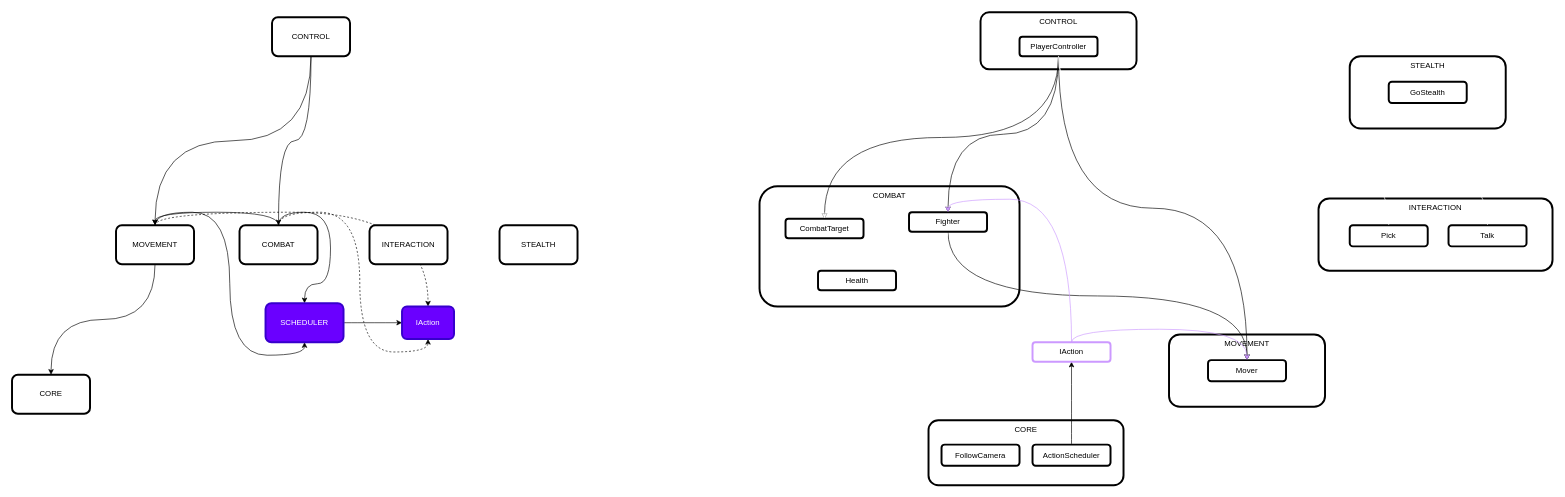
rafaelmmedeiros/Mount-Mortem-Mystery keeps this draw.io diagram as _Docs/Architecture.drawio. Above is the earlier version. Source tidied: cells renumbered, new cells numbered last; positions are measured from the earlier drawing's top-left corner, leaving out a move shared by most shapes. Both pictures are drawn from the tidied source at 65%, with x=0, y=0 at pixel (12, 12).
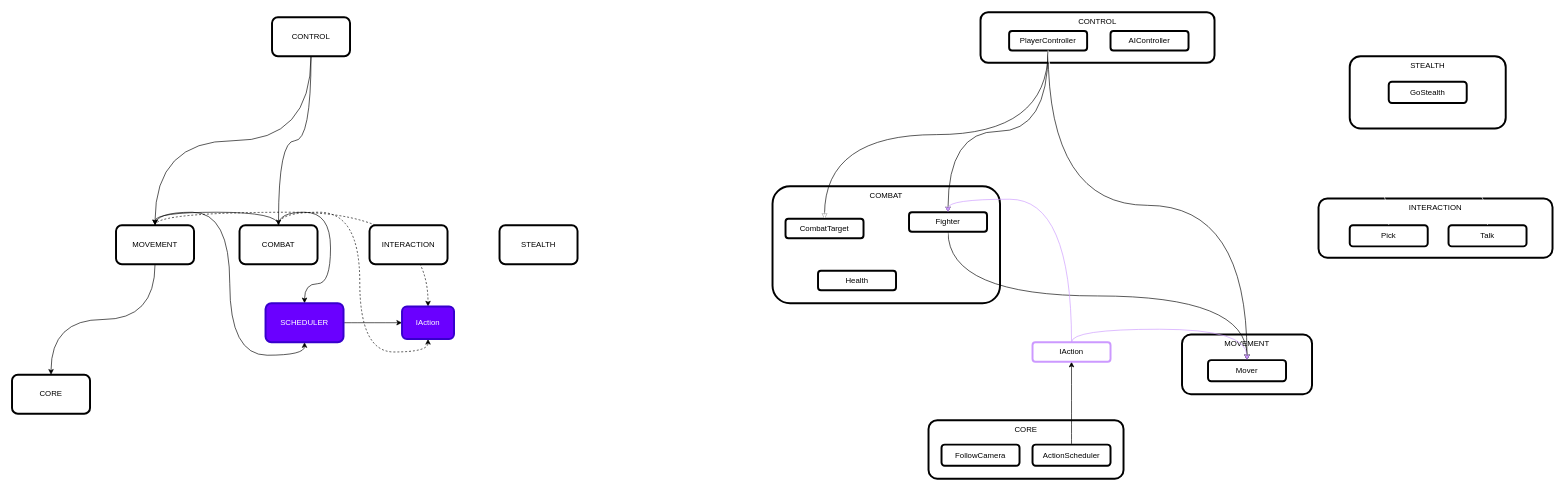
Above is the later version.

Commit message (it also covers changes not shown here):
AIController Detect Player

Change to the diagram source:
```diff
@@
     <mxCell id="19" value="CONTROL" style="rounded=1;whiteSpace=wrap;html=1;strokeWidth=3;align=center;labelPosition=center;verticalLabelPosition=middle;verticalAlign=top;" parent="1" vertex="1">
-      <mxGeometry x="1490" y="0.5" width="240" height="87.5" as="geometry" />
+      <mxGeometry x="1490" y="0.5" width="360" height="77.5" as="geometry" />
     </mxCell>
     <mxCell id="20" value="COMBAT" style="rounded=1;whiteSpace=wrap;html=1;strokeWidth=3;align=center;labelPosition=center;verticalLabelPosition=middle;verticalAlign=top;" parent="1" vertex="1">
-      <mxGeometry x="1150" y="268" width="400" height="185" as="geometry" />
+      <mxGeometry x="1170" y="268" width="350" height="180" as="geometry" />
     </mxCell>
     <mxCell id="21" value="MOVEMENT" style="rounded=1;whiteSpace=wrap;html=1;strokeWidth=3;align=center;labelPosition=center;verticalLabelPosition=middle;verticalAlign=top;" parent="1" vertex="1">
-      <mxGeometry x="1780" y="496.1" width="240" height="111.2" as="geometry" />
+      <mxGeometry x="1800" y="496.1" width="200" height="91.9" as="geometry" />
     </mxCell>
     <mxCell id="22" value="CORE" style="rounded=1;whiteSpace=wrap;html=1;strokeWidth=3;align=center;labelPosition=center;verticalLabelPosition=middle;verticalAlign=top;" parent="1" vertex="1">
-      <mxGeometry x="1410" y="628" width="300" height="100" as="geometry" />
+      <mxGeometry x="1410" y="628" width="300" height="90" as="geometry" />
     </mxCell>
@@
     <mxCell id="26" value="PlayerController" style="rounded=1;whiteSpace=wrap;html=1;strokeWidth=3;" parent="1" vertex="1">
-      <mxGeometry x="1550" y="38" width="120" height="30" as="geometry" />
+      <mxGeometry x="1534" y="29.2" width="120" height="30" as="geometry" />
     </mxCell>
@@
     <mxCell id="41" value="INTERACTION" style="rounded=1;whiteSpace=wrap;html=1;strokeWidth=3;align=center;labelPosition=center;verticalLabelPosition=middle;verticalAlign=top;" parent="1" vertex="1">
-      <mxGeometry x="2010" y="286.8" width="360" height="111.2" as="geometry" />
+      <mxGeometry x="2010" y="286.8" width="360" height="91.2" as="geometry" />
     </mxCell>
@@
+    <mxCell id="47" value="AIController" style="rounded=1;whiteSpace=wrap;html=1;strokeWidth=3;" parent="1" vertex="1">
+      <mxGeometry x="1690" y="29.2" width="120" height="30" as="geometry" />
+    </mxCell>
```
